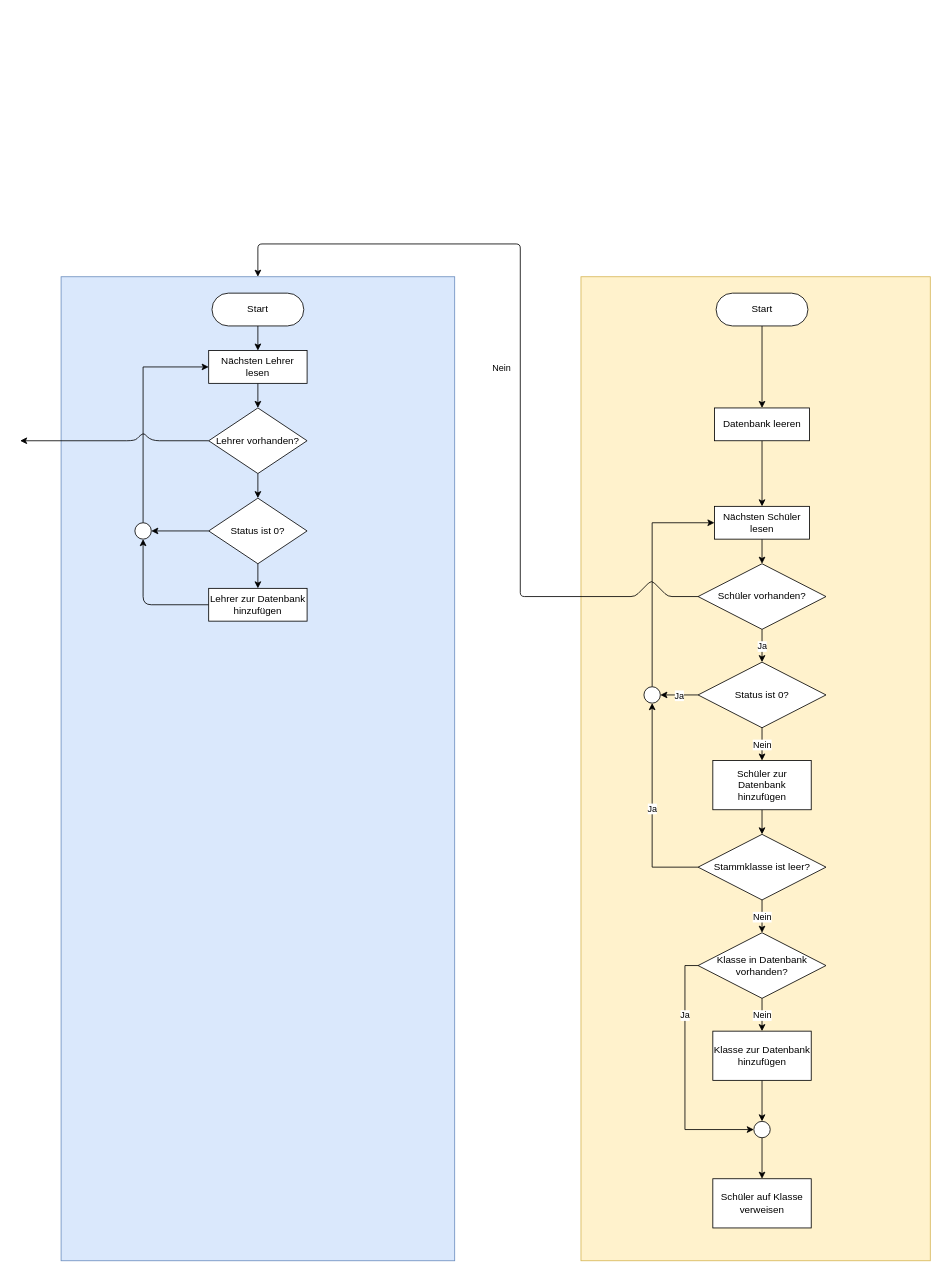
This is Projektauftrag/Datenimport.drawio from PlayWolfYT/M122, a draw.io file, before an edit. Source tidied: cells renumbered, new cells numbered last; positions are measured from the earlier drawing's top-left corner, leaving out a move shared by most shapes. Both pictures are drawn from the tidied source at 82%, with x=0, y=0 at pixel (20, 244).
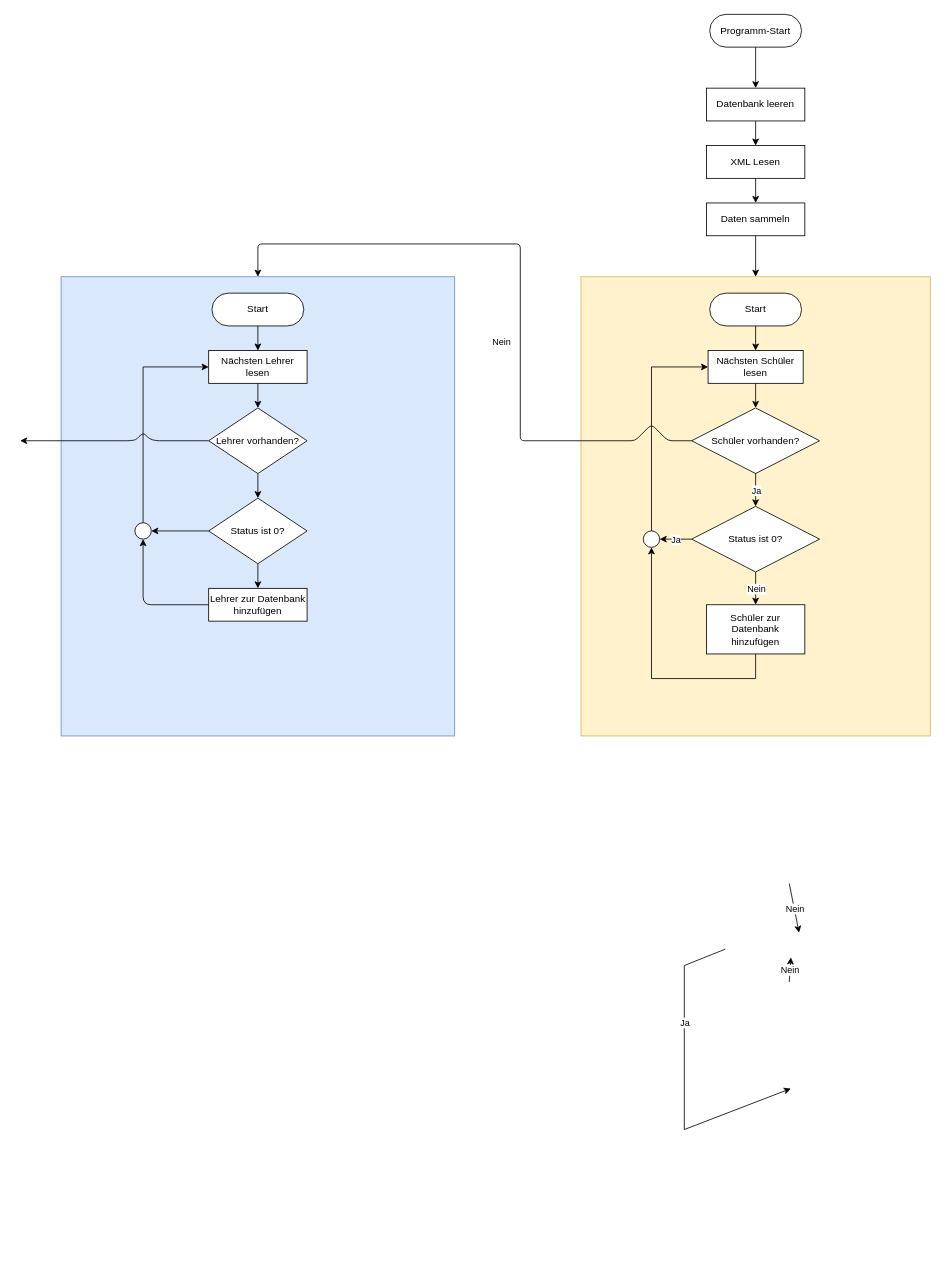
Above is the later version.

Change to the diagram source:
```diff
@@
     <mxCell id="2" style="rounded=0;whiteSpace=wrap;html=1;fillColor=#fff2cc;strokeColor=#d6b656;" parent="1" vertex="1">
-      <mxGeometry x="684" y="40" width="426" height="1200" as="geometry" />
+      <mxGeometry x="684" y="40" width="426" height="560" as="geometry" />
     </mxCell>
-    <mxCell id="3" style="edgeStyle=orthogonalEdgeStyle;rounded=0;jettySize=auto;html=1;exitX=0.5;exitY=1;exitDx=0;exitDy=0;entryX=0.5;entryY=0;entryDx=0;entryDy=0;" parent="1" edge="1" source="4" target="37">
+    <mxCell id="3" style="edgeStyle=orthogonalEdgeStyle;rounded=0;jettySize=auto;html=1;exitX=0.5;exitY=1;exitDx=0;exitDy=0;entryX=0.5;entryY=0;entryDx=0;entryDy=0;" parent="1" edge="1" source="4" target="6">
       <mxGeometry relative="1" as="geometry" />
     </mxCell>
     <mxCell id="4" value="Start" style="rounded=1;whiteSpace=wrap;html=1;arcSize=50;" parent="1" vertex="1">
-      <mxGeometry x="848.8" y="60" width="112" height="40" as="geometry" />
+      <mxGeometry x="841" y="60" width="112" height="40" as="geometry" />
     </mxCell>
@@
     <mxCell id="6" value="Nächsten Schüler lesen" style="rounded=0;whiteSpace=wrap;html=1;" parent="1" vertex="1">
-      <mxGeometry x="846.8" y="320" width="116" height="40" as="geometry" />
+      <mxGeometry x="839" y="130" width="116" height="40" as="geometry" />
     </mxCell>
     <mxCell id="7" value="Schüler vorhanden?" style="rhombus;whiteSpace=wrap;html=1;rounded=0;" parent="1" vertex="1">
-      <mxGeometry x="826.8" y="390" width="156" height="80" as="geometry" />
+      <mxGeometry x="819" y="200" width="156" height="80" as="geometry" />
     </mxCell>
     <mxCell id="8" style="endArrow=classic;html=1;entryX=0.5;entryY=0;entryDx=0;entryDy=0;exitX=0;exitY=0.5;exitDx=0;exitDy=0;arcSize=10;" parent="1" edge="1" source="7" target="38">
       <mxGeometry relative="1" as="geometry">
         <Array as="points">
-          <mxPoint x="790" y="430" />
-          <mxPoint x="770" y="410" />
-          <mxPoint x="750" y="430" />
-          <mxPoint x="610" y="430" />
+          <mxPoint x="790" y="240" />
+          <mxPoint x="770" y="220" />
+          <mxPoint x="750" y="240" />
+          <mxPoint x="610" y="240" />
           <mxPoint x="610" />
           <mxPoint x="290" />
         </Array>
       </mxGeometry>
     </mxCell>
     <mxCell id="9" value="Nein" style="edgeLabel;html=1;align=center;verticalAlign=middle;" parent="8" vertex="1">
       <mxGeometry relative="1" as="geometry">
-        <mxPoint x="-24" as="offset" />
+        <mxPoint x="-24" y="67.4" as="offset" />
       </mxGeometry>
     </mxCell>
     <mxCell id="10" value="Status ist 0?" style="rhombus;whiteSpace=wrap;html=1;rounded=0;" parent="1" vertex="1">
-      <mxGeometry x="826.8" y="510" width="156" height="80" as="geometry" />
+      <mxGeometry x="819" y="320" width="156" height="80" as="geometry" />
     </mxCell>
@@
     <mxCell id="14" style="ellipse;fillColor=#ffffff;strokeColor=#000000;" parent="1" vertex="1">
-      <mxGeometry x="760.8" y="540" width="20" height="20" as="geometry" />
+      <mxGeometry x="760" y="350" width="20" height="20" as="geometry" />
     </mxCell>
-    <mxCell id="15" value="Stammklasse ist leer?" style="rhombus;whiteSpace=wrap;html=1;rounded=0;" parent="1" vertex="1">
-      <mxGeometry x="826.8" y="720" width="156" height="80" as="geometry" />
-    </mxCell>
@@
-    <mxCell id="18" style="endArrow=classic;html=1;entryX=0.5;entryY=1;entryDx=0;entryDy=0;exitX=0;exitY=0.5;exitDx=0;exitDy=0;arcSize=0;" parent="1" edge="1" source="15" target="14">
+    <mxCell id="18" style="endArrow=classic;html=1;entryX=0.5;entryY=1;entryDx=0;entryDy=0;exitX=0.5;exitY=1;exitDx=0;exitDy=0;arcSize=0;" parent="1" edge="1" source="34" target="14">
       <mxGeometry relative="1" as="geometry">
         <Array as="points">
-          <mxPoint x="770.8" y="760" />
+          <mxPoint x="897" y="530" />
+          <mxPoint x="770" y="530" />
         </Array>
       </mxGeometry>
     </mxCell>
-    <mxCell id="19" value="Ja" style="edgeLabel;html=1;align=center;verticalAlign=middle;" parent="18" vertex="1">
-      <mxGeometry relative="1" as="geometry" />
-    </mxCell>
@@
-    <mxCell id="22" value="Klasse in Datenbank vorhanden?" style="rhombus;whiteSpace=wrap;html=1;rounded=0;" parent="1" vertex="1">
-      <mxGeometry x="826.8" y="840" width="156" height="80" as="geometry" />
-    </mxCell>
-    <mxCell id="23" style="endArrow=classic;html=1;exitX=0.5;exitY=1;exitDx=0;exitDy=0;entryX=0.5;entryY=0;entryDx=0;entryDy=0;" parent="1" edge="1" source="15" target="22">
-      <mxGeometry relative="1" as="geometry" />
+    <mxCell id="23" style="endArrow=classic;html=1;exitX=0.5;exitY=1;exitDx=0;exitDy=0;entryX=0.5;entryY=0;entryDx=0;entryDy=0;" parent="1" edge="1">
+      <mxGeometry relative="1" as="geometry">
+        <mxPoint x="938" y="780" as="sourcePoint" />
+        <mxPoint x="950" y="840" as="targetPoint" />
+      </mxGeometry>
     </mxCell>
@@
-    <mxCell id="25" style="edgeStyle=orthogonalEdgeStyle;rounded=0;jettySize=auto;html=1;exitX=0.5;exitY=1;exitDx=0;exitDy=0;entryX=0.5;entryY=0;entryDx=0;entryDy=0;" parent="1" edge="1" source="26" target="30">
-      <mxGeometry relative="1" as="geometry" />
+    <mxCell id="25" style="edgeStyle=orthogonalEdgeStyle;rounded=0;orthogonalLoop=1;jettySize=auto;html=1;exitX=0.5;exitY=1;exitDx=0;exitDy=0;entryX=0.5;entryY=0;entryDx=0;entryDy=0;" parent="1" edge="1">
+      <mxGeometry relative="1" as="geometry">
+        <mxPoint x="938" y="1000" as="sourcePoint" />
+      </mxGeometry>
     </mxCell>
-    <mxCell id="26" value="Klasse zur Datenbank hinzufügen" style="rounded=0;whiteSpace=wrap;html=1;" parent="1" vertex="1">
-      <mxGeometry x="844.8" y="960" width="120" height="60" as="geometry" />
-    </mxCell>
-    <mxCell id="27" style="endArrow=classic;html=1;entryX=0.5;entryY=0;entryDx=0;entryDy=0;exitX=0.5;exitY=1;exitDx=0;exitDy=0;" parent="1" edge="1" source="22" target="26">
-      <mxGeometry relative="1" as="geometry" />
+    <mxCell id="27" style="endArrow=classic;html=1;entryX=0.5;entryY=0;entryDx=0;entryDy=0;exitX=0.5;exitY=1;exitDx=0;exitDy=0;" parent="1" edge="1">
+      <mxGeometry relative="1" as="geometry">
+        <mxPoint x="938" y="900" as="sourcePoint" />
+        <mxPoint x="940" y="870" as="targetPoint" />
+      </mxGeometry>
     </mxCell>
@@
-    <mxCell id="29" style="edgeStyle=orthogonalEdgeStyle;rounded=0;jettySize=auto;html=1;exitX=0.5;exitY=1;exitDx=0;exitDy=0;entryX=0.5;entryY=0;entryDx=0;entryDy=0;" parent="1" edge="1" source="30" target="35">
-      <mxGeometry relative="1" as="geometry" />
+    <mxCell id="29" style="edgeStyle=orthogonalEdgeStyle;rounded=0;orthogonalLoop=1;jettySize=auto;html=1;exitX=0.5;exitY=1;exitDx=0;exitDy=0;entryX=0.5;entryY=0;entryDx=0;entryDy=0;" parent="1" edge="1">
+      <mxGeometry relative="1" as="geometry">
+        <mxPoint x="897" y="1090" as="sourcePoint" />
+      </mxGeometry>
     </mxCell>
-    <mxCell id="30" style="ellipse;fillColor=#ffffff;strokeColor=#000000;rounded=0;html=1;" parent="1" vertex="1">
-      <mxGeometry x="894.8" y="1070" width="20" height="20" as="geometry" />
-    </mxCell>
-    <mxCell id="31" style="endArrow=classic;html=1;entryX=0;entryY=0.5;entryDx=0;entryDy=0;exitX=0;exitY=0.5;exitDx=0;exitDy=0;arcSize=0;" parent="1" edge="1" source="22" target="30">
+    <mxCell id="31" style="endArrow=classic;html=1;entryX=0;entryY=0.5;entryDx=0;entryDy=0;exitX=0;exitY=0.5;exitDx=0;exitDy=0;arcSize=0;" parent="1" edge="1">
       <mxGeometry relative="1" as="geometry">
+        <mxPoint x="860" y="860" as="sourcePoint" />
+        <mxPoint x="940" y="1030" as="targetPoint" />
         <Array as="points">
-          <mxPoint x="810.8" y="880" />
-          <mxPoint x="810.8" y="1080" />
+          <mxPoint x="810" y="880" />
+          <mxPoint x="810" y="1080" />
         </Array>
       </mxGeometry>
     </mxCell>
@@
-    <mxCell id="33" style="edgeStyle=orthogonalEdgeStyle;rounded=0;jettySize=auto;html=1;exitX=0.5;exitY=1;exitDx=0;exitDy=0;entryX=0.5;entryY=0;entryDx=0;entryDy=0;" parent="1" edge="1" source="34" target="15">
-      <mxGeometry relative="1" as="geometry" />
-    </mxCell>
     <mxCell id="34" value="Schüler zur Datenbank hinzufügen" style="rounded=0;whiteSpace=wrap;html=1;" parent="1" vertex="1">
-      <mxGeometry x="844.8" y="630" width="120" height="60" as="geometry" />
+      <mxGeometry x="837" y="440" width="120" height="60" as="geometry" />
     </mxCell>
-    <mxCell id="35" value="Schüler auf Klasse verweisen" style="rounded=0;whiteSpace=wrap;html=1;" parent="1" vertex="1">
-      <mxGeometry x="844.8" y="1140" width="120" height="60" as="geometry" />
-    </mxCell>
-    <mxCell id="36" style="edgeStyle=orthogonalEdgeStyle;rounded=0;jettySize=auto;html=1;exitX=0.5;exitY=1;exitDx=0;exitDy=0;entryX=0.5;entryY=0;entryDx=0;entryDy=0;" parent="1" edge="1" source="37" target="6">
-      <mxGeometry relative="1" as="geometry" />
-    </mxCell>
-    <mxCell id="37" value="Datenbank leeren" style="rounded=0;whiteSpace=wrap;html=1;" parent="1" vertex="1">
-      <mxGeometry x="846.8" y="200" width="116" height="40" as="geometry" />
-    </mxCell>
     <mxCell id="38" style="rounded=0;whiteSpace=wrap;html=1;fillColor=#dae8fc;strokeColor=#6c8ebf;" parent="1" vertex="1">
-      <mxGeometry x="50" y="40" width="480" height="1200" as="geometry" />
+      <mxGeometry x="50" y="40" width="480" height="560" as="geometry" />
     </mxCell>
@@
+    <mxCell id="53" style="edgeStyle=orthogonalEdgeStyle;rounded=0;jettySize=auto;html=1;exitX=0.5;exitY=1;exitDx=0;exitDy=0;entryX=0.5;entryY=0;entryDx=0;entryDy=0;" parent="1" edge="1" source="58" target="2">
+      <mxGeometry relative="1" as="geometry" />
+    </mxCell>
+    <mxCell id="54" value="Programm-Start" style="rounded=1;whiteSpace=wrap;html=1;arcSize=50;" parent="1" vertex="1">
+      <mxGeometry x="841" y="-280" width="112" height="40" as="geometry" />
+    </mxCell>
+    <mxCell id="37" value="Datenbank leeren" style="rounded=0;whiteSpace=wrap;html=1;" parent="1" vertex="1">
+      <mxGeometry x="837" y="-190" width="120" height="40" as="geometry" />
+    </mxCell>
+    <mxCell id="55" style="edgeStyle=orthogonalEdgeStyle;rounded=0;jettySize=auto;html=1;exitX=0.5;exitY=1;exitDx=0;exitDy=0;entryX=0.5;entryY=0;entryDx=0;entryDy=0;" parent="1" edge="1" source="54" target="37">
+      <mxGeometry relative="1" as="geometry" />
+    </mxCell>
+    <mxCell id="56" value="XML Lesen" style="rounded=0;whiteSpace=wrap;html=1;" parent="1" vertex="1">
+      <mxGeometry x="837" y="-120" width="120" height="40" as="geometry" />
+    </mxCell>
+    <mxCell id="57" style="edgeStyle=orthogonalEdgeStyle;rounded=0;jettySize=auto;html=1;exitX=0.5;exitY=1;exitDx=0;exitDy=0;entryX=0.5;entryY=0;entryDx=0;entryDy=0;" parent="1" edge="1" source="37" target="56">
+      <mxGeometry relative="1" as="geometry" />
+    </mxCell>
+    <mxCell id="58" value="Daten sammeln" style="rounded=0;whiteSpace=wrap;html=1;" parent="1" vertex="1">
+      <mxGeometry x="837" y="-50" width="120" height="40" as="geometry" />
+    </mxCell>
+    <mxCell id="59" style="edgeStyle=orthogonalEdgeStyle;rounded=0;jettySize=auto;html=1;exitX=0.5;exitY=1;exitDx=0;exitDy=0;entryX=0.5;entryY=0;entryDx=0;entryDy=0;" parent="1" edge="1" source="56" target="58">
+      <mxGeometry relative="1" as="geometry" />
+    </mxCell>
```
